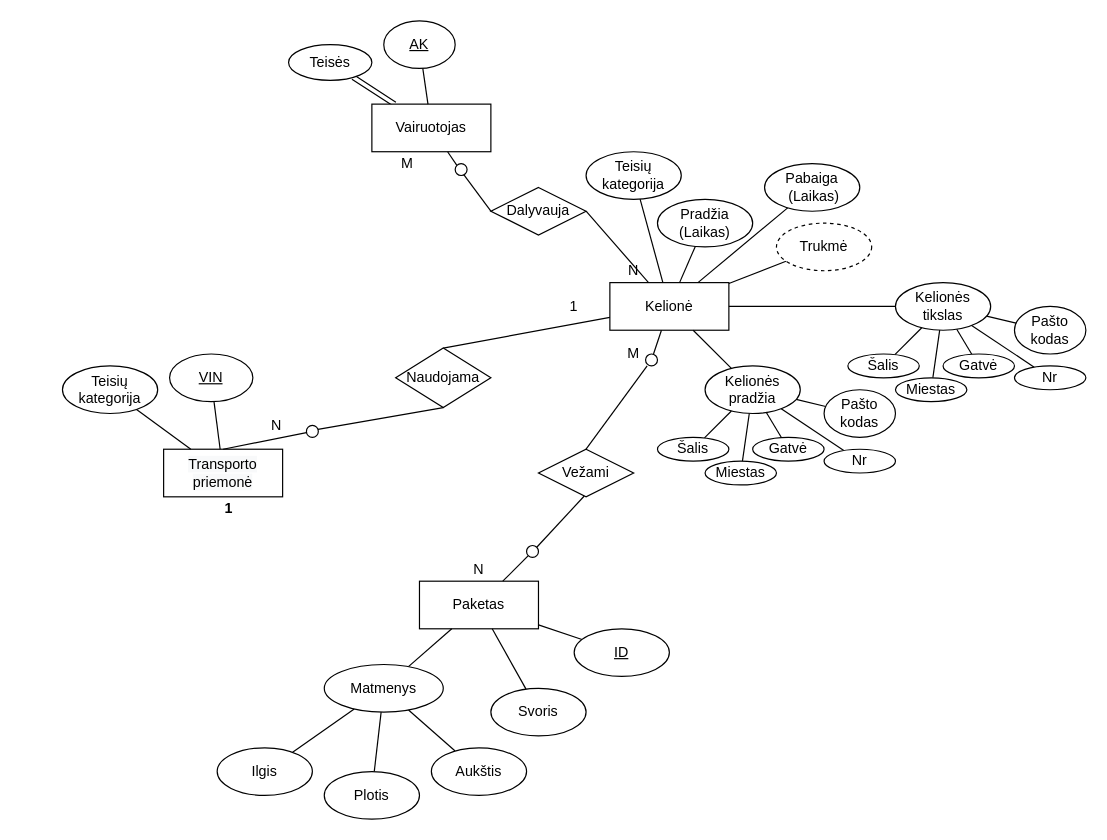
Before: page "Page-1" (1 of 2) of Untitled Diagram.drawio in domanteli0/DBVS, a draw.io diagram. Source tidied: cells renumbered, new cells numbered last; positions are measured from the earlier drawing's top-left corner, leaving out a move shared by most shapes. Both pictures are drawn from the tidied source at 119%, with x=0, y=0 at pixel (62, 20).
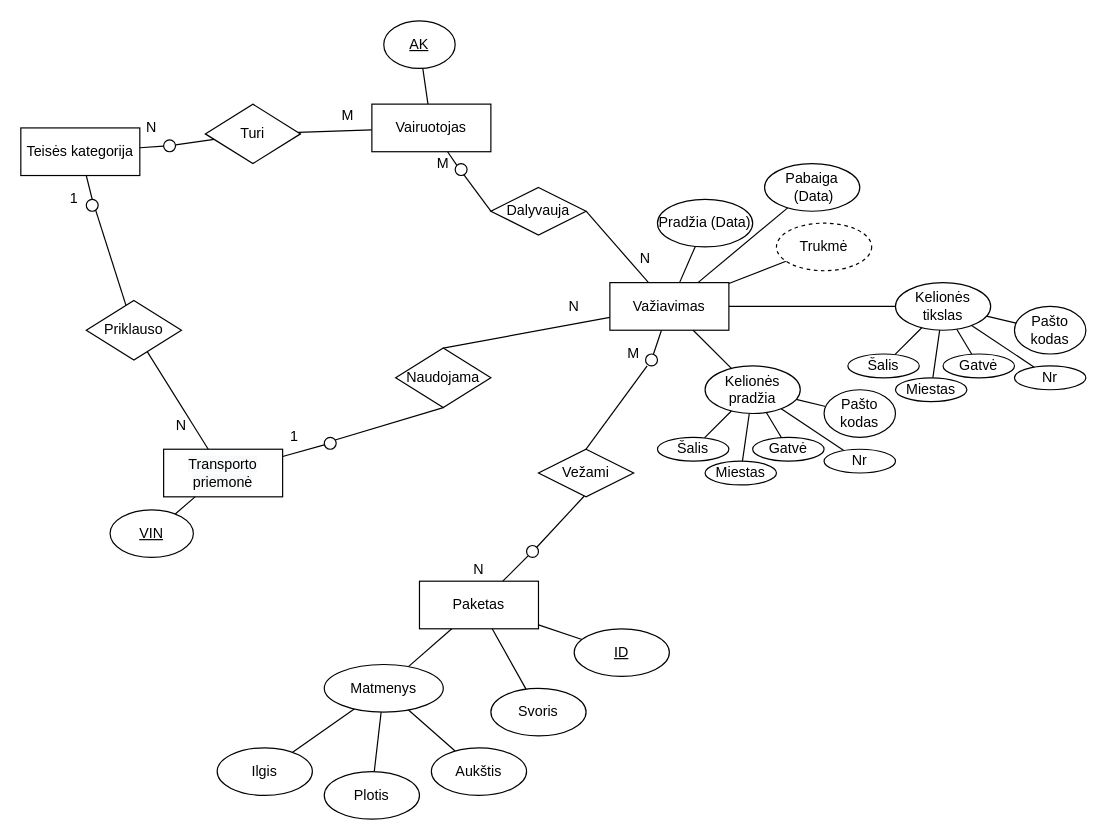
The same diagram, later.

The change refers to these unchanged cells:
```xml
<mxCell id="3" value="Vairuotojas" style="rounded=0;whiteSpace=wrap;html=1;" parent="1" vertex="1">
  <mxGeometry x="260" y="70" width="100" height="40" as="geometry" />
</mxCell>
<mxCell id="10" value="&lt;span style=&quot;caret-color: rgb(0, 0, 0); color: rgb(0, 0, 0); font-family: Helvetica; font-size: 12px; font-style: normal; font-variant-caps: normal; font-weight: 400; letter-spacing: normal; text-align: center; text-indent: 0px; text-transform: none; word-spacing: 0px; -webkit-text-stroke-width: 0px; background-color: rgb(248, 249, 250); text-decoration: none; float: none; display: inline !important;&quot;&gt;Transporto&lt;/span&gt;&lt;br style=&quot;caret-color: rgb(0, 0, 0); color: rgb(0, 0, 0); font-family: Helvetica; font-size: 12px; font-style: normal; font-variant-caps: normal; font-weight: 400; letter-spacing: normal; text-align: center; text-indent: 0px; text-transform: none; word-spacing: 0px; -webkit-text-stroke-width: 0px; text-decoration: none;&quot;&gt;&lt;span style=&quot;caret-color: rgb(0, 0, 0); color: rgb(0, 0, 0); font-family: Helvetica; font-size: 12px; font-style: normal; font-variant-caps: normal; font-weight: 400; letter-spacing: normal; text-align: center; text-indent: 0px; text-transform: none; word-spacing: 0px; -webkit-text-stroke-width: 0px; background-color: rgb(248, 249, 250); text-decoration: none; float: none; display: inline !important;&quot;&gt;priemonė&lt;/span&gt;" style="rounded=0;whiteSpace=wrap;html=1;" parent="1" vertex="1">
  <mxGeometry x="85" y="360" width="100" height="40" as="geometry" />
</mxCell>
```

What changed in the source:
```diff
@@
-    <mxCell id="2" style="shape=link;rounded=0;jettySize=auto;html=1;verticalAlign=middle;fontSize=4;strokeWidth=1;" parent="1" edge="1" source="3" target="4">
-      <mxGeometry relative="1" as="geometry" />
-    </mxCell>
+    <mxCell id="82" style="edgeStyle=none;rounded=0;jettySize=auto;html=1;strokeWidth=1;fontFamily=Helvetica;fontSize=12;fontColor=default;endArrow=none;endFill=0;startSize=26;" parent="1" edge="1" source="3" target="88">
+      <mxGeometry relative="1" as="geometry" />
+    </mxCell>
@@
-    <mxCell id="4" value="Teisės" style="ellipse;whiteSpace=wrap;html=1;" parent="1" vertex="1">
-      <mxGeometry x="190" y="20" width="70" height="30" as="geometry" />
-    </mxCell>
-    <mxCell id="5" style="edgeStyle=none;rounded=0;jettySize=auto;html=1;strokeWidth=1;fontFamily=Helvetica;fontSize=12;fontColor=default;endArrow=none;endFill=0;startSize=26;" parent="1" edge="1" source="6" target="79">
-      <mxGeometry relative="1" as="geometry" />
-    </mxCell>
-    <mxCell id="6" value="Kelionė&lt;br&gt;" style="rounded=0;whiteSpace=wrap;html=1;" parent="1" vertex="1">
+    <mxCell id="6" value="Važiavimas" style="rounded=0;whiteSpace=wrap;html=1;" parent="1" vertex="1">
       <mxGeometry x="460" y="220" width="100" height="40" as="geometry" />
     </mxCell>
     <mxCell id="7" value="N" style="shape=partialRectangle;whiteSpace=wrap;html=1;top=0;bottom=0;fillColor=none;strokeColor=none;sketch=0;noLabel=0;" parent="1" vertex="1">
-      <mxGeometry x="470" y="200" width="20" height="20" as="geometry" />
+      <mxGeometry x="480" y="190" width="20" height="20" as="geometry" />
     </mxCell>
     <mxCell id="8" value="M" style="shape=partialRectangle;whiteSpace=wrap;html=1;top=0;bottom=0;fillColor=none;strokeColor=none;sketch=0;noLabel=0;" parent="1" vertex="1">
-      <mxGeometry x="280" y="110" width="20" height="20" as="geometry" />
+      <mxGeometry x="310" y="110" width="20" height="20" as="geometry" />
     </mxCell>
@@
+    <mxCell id="83" style="edgeStyle=none;rounded=0;jettySize=auto;html=1;strokeWidth=1;fontFamily=Helvetica;fontSize=12;fontColor=default;endArrow=none;endFill=0;startSize=26;" parent="1" edge="1" source="10" target="90">
+      <mxGeometry relative="1" as="geometry" />
+    </mxCell>
@@
     <mxCell id="13" value="N" style="shape=partialRectangle;whiteSpace=wrap;html=1;top=0;bottom=0;fillColor=none;strokeColor=none;sketch=0;noLabel=0;" parent="1" vertex="1">
-      <mxGeometry x="170" y="330" width="20" height="20" as="geometry" />
+      <mxGeometry x="420" y="230" width="20" height="20" as="geometry" />
     </mxCell>
     <mxCell id="14" value="1" style="shape=partialRectangle;whiteSpace=wrap;html=1;top=0;bottom=0;fillColor=none;strokeColor=none;sketch=0;noLabel=0;" parent="1" vertex="1">
-      <mxGeometry x="420" y="230" width="20" height="20" as="geometry" />
+      <mxGeometry x="185" y="340" width="20" height="20" as="geometry" />
     </mxCell>
-    <mxCell id="15" value="1" style="shape=partialRectangle;whiteSpace=wrap;html=1;top=0;bottom=0;fillColor=none;strokeColor=none;sketch=0;noLabel=0;fontStyle=1;" parent="1" vertex="1">
-      <mxGeometry x="130" y="400" width="20" height="20" as="geometry" />
-    </mxCell>
@@
-    <mxCell id="36" value="Pradžia (Laikas)" style="ellipse;whiteSpace=wrap;html=1;sketch=0;fontFamily=Helvetica;fontSize=12;" parent="1" vertex="1">
+    <mxCell id="36" value="Pradžia (Data)" style="ellipse;whiteSpace=wrap;html=1;sketch=0;fontFamily=Helvetica;fontSize=12;" parent="1" vertex="1">
       <mxGeometry x="500" y="150" width="80" height="40" as="geometry" />
     </mxCell>
@@
-    <mxCell id="38" value="Pabaiga&lt;br&gt;&amp;nbsp;(Laikas)" style="ellipse;html=1;sketch=0;fontFamily=Helvetica;fontSize=12;align=center;whiteSpace=wrap;" parent="1" vertex="1">
+    <mxCell id="38" value="Pabaiga&lt;br&gt;&amp;nbsp;(Data)" style="ellipse;html=1;sketch=0;fontFamily=Helvetica;fontSize=12;align=center;whiteSpace=wrap;" parent="1" vertex="1">
       <mxGeometry x="590" y="120" width="80" height="40" as="geometry" />
     </mxCell>
@@
     <mxCell id="66" value="&lt;u&gt;VIN&lt;/u&gt;" style="ellipse;whiteSpace=wrap;html=1;sketch=0;fontFamily=Helvetica;fontSize=12;" parent="1" vertex="1">
-      <mxGeometry x="90" y="280" width="70" height="40" as="geometry" />
+      <mxGeometry x="40" y="410.9" width="70" height="40" as="geometry" />
     </mxCell>
-    <mxCell id="67" style="edgeStyle=none;rounded=0;jettySize=auto;html=1;strokeWidth=1;fontFamily=Helvetica;fontSize=12;endArrow=none;endFill=0;" parent="1" edge="1" source="68" target="10">
-      <mxGeometry relative="1" as="geometry" />
-    </mxCell>
-    <mxCell id="68" value="Teisių kategorija" style="ellipse;whiteSpace=wrap;html=1;sketch=0;fontFamily=Helvetica;fontSize=12;" parent="1" vertex="1">
-      <mxGeometry y="290" width="80" height="40" as="geometry" />
-    </mxCell>
@@
     <mxCell id="73" style="verticalLabelPosition=bottom;verticalAlign=top;html=1;shape=mxgraph.flowchart.on-page_reference;sketch=0;fontFamily=Helvetica;fontSize=12;startSize=26;" parent="1" vertex="1">
-      <mxGeometry x="205" y="340" width="10" height="10" as="geometry" />
+      <mxGeometry x="220" y="350" width="10" height="10" as="geometry" />
     </mxCell>
-    <mxCell id="74" style="endArrow=none;html=1;rounded=0;exitX=0.5;exitY=0;exitDx=0;exitDy=0;" parent="1" edge="1" source="10" target="73">
+    <mxCell id="74" style="endArrow=none;html=1;rounded=0;" parent="1" edge="1" source="10" target="73">
       <mxGeometry relative="1" as="geometry" />
     </mxCell>
@@
-    <mxCell id="79" value="Teisių kategorija" style="ellipse;whiteSpace=wrap;html=1;sketch=0;fontFamily=Helvetica;fontSize=12;" parent="1" vertex="1">
-      <mxGeometry x="440" y="110" width="80" height="40" as="geometry" />
-    </mxCell>
@@
+    <mxCell id="84" style="edgeStyle=none;rounded=0;jettySize=auto;html=1;strokeWidth=1;fontFamily=Helvetica;fontSize=12;fontColor=default;endArrow=none;endFill=0;startSize=26;" parent="1" edge="1" source="86">
+      <mxGeometry relative="1" as="geometry">
+        <mxPoint x="10" y="130" as="targetPoint" />
+      </mxGeometry>
+    </mxCell>
+    <mxCell id="85" style="edgeStyle=none;rounded=0;jettySize=auto;html=1;entryX=0.5;entryY=0;entryDx=0;entryDy=0;entryPerimeter=0;strokeWidth=1;fontFamily=Helvetica;fontSize=12;fontColor=default;endArrow=none;endFill=0;startSize=26;" parent="1" edge="1" source="86" target="91">
+      <mxGeometry relative="1" as="geometry" />
+    </mxCell>
+    <mxCell id="86" value="Teisės kategorija" style="rounded=0;whiteSpace=wrap;html=1;" parent="1" vertex="1">
+      <mxGeometry x="-35" y="90" width="100" height="40" as="geometry" />
+    </mxCell>
+    <mxCell id="87" style="edgeStyle=none;rounded=0;jettySize=auto;html=1;strokeWidth=1;fontFamily=Helvetica;fontSize=12;fontColor=default;endArrow=none;endFill=0;startSize=26;" parent="1" edge="1" source="88">
+      <mxGeometry relative="1" as="geometry">
+        <mxPoint x="180" y="95" as="targetPoint" />
+      </mxGeometry>
+    </mxCell>
+    <mxCell id="88" value="Turi" style="rhombus;whiteSpace=wrap;html=1;sketch=0;fontFamily=Helvetica;fontSize=12;" parent="1" vertex="1">
+      <mxGeometry x="120" y="70" width="80" height="50" as="geometry" />
+    </mxCell>
+    <mxCell id="89" style="edgeStyle=none;rounded=0;jettySize=auto;html=1;entryX=0.5;entryY=0;entryDx=0;entryDy=0;entryPerimeter=0;strokeWidth=1;fontFamily=Helvetica;fontSize=12;fontColor=default;endArrow=none;endFill=0;startSize=26;" parent="1" edge="1" source="90" target="91">
+      <mxGeometry relative="1" as="geometry" />
+    </mxCell>
+    <mxCell id="90" value="Priklauso" style="rhombus;whiteSpace=wrap;html=1;sketch=0;fontFamily=Helvetica;fontSize=12;" parent="1" vertex="1">
+      <mxGeometry x="20" y="235" width="80" height="50" as="geometry" />
+    </mxCell>
+    <mxCell id="91" style="verticalLabelPosition=bottom;verticalAlign=top;html=1;shape=mxgraph.flowchart.on-page_reference;sketch=0;fontFamily=Helvetica;fontSize=12;startSize=26;" parent="1" vertex="1">
+      <mxGeometry x="20" y="150" width="10" height="10" as="geometry" />
+    </mxCell>
+    <mxCell id="15" value="1" style="shape=partialRectangle;whiteSpace=wrap;html=1;top=0;bottom=0;fillColor=none;strokeColor=none;sketch=0;noLabel=0;" parent="1" vertex="1">
+      <mxGeometry y="140" width="20" height="20" as="geometry" />
+    </mxCell>
+    <mxCell id="92" value="N" style="shape=partialRectangle;whiteSpace=wrap;html=1;top=0;bottom=0;fillColor=none;strokeColor=none;sketch=0;noLabel=0;" parent="1" vertex="1">
+      <mxGeometry x="90" y="330" width="20" height="20" as="geometry" />
+    </mxCell>
+    <mxCell id="93" style="edgeStyle=none;rounded=0;jettySize=auto;html=1;strokeWidth=1;fontFamily=Helvetica;fontSize=12;fontColor=default;endArrow=none;endFill=0;startSize=26;" parent="1" edge="1" source="95" target="88">
+      <mxGeometry relative="1" as="geometry" />
+    </mxCell>
+    <mxCell id="94" style="edgeStyle=none;rounded=0;jettySize=auto;html=1;strokeWidth=1;fontFamily=Helvetica;fontSize=12;fontColor=default;endArrow=none;endFill=0;startSize=26;" parent="1" edge="1" source="95" target="86">
+      <mxGeometry relative="1" as="geometry" />
+    </mxCell>
+    <mxCell id="95" style="verticalLabelPosition=bottom;verticalAlign=top;html=1;shape=mxgraph.flowchart.on-page_reference;sketch=0;fontFamily=Helvetica;fontSize=12;startSize=26;" parent="1" vertex="1">
+      <mxGeometry x="85" y="100" width="10" height="10" as="geometry" />
+    </mxCell>
+    <mxCell id="96" value="N" style="shape=partialRectangle;whiteSpace=wrap;html=1;top=0;bottom=0;fillColor=none;strokeColor=none;sketch=0;noLabel=0;" parent="1" vertex="1">
+      <mxGeometry x="65" y="80" width="20" height="20" as="geometry" />
+    </mxCell>
+    <mxCell id="97" value="M" style="shape=partialRectangle;whiteSpace=wrap;html=1;top=0;bottom=0;fillColor=none;strokeColor=none;sketch=0;noLabel=0;" parent="1" vertex="1">
+      <mxGeometry x="230" y="70" width="20" height="20" as="geometry" />
+    </mxCell>
```
